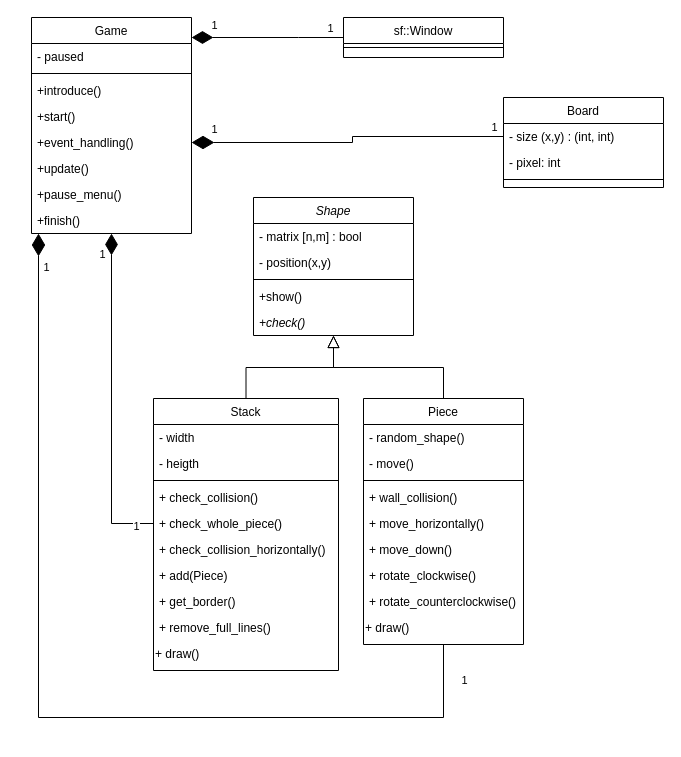
annapanfil/tetris keeps this draw.io diagram as graphics/class_diagram.drawio. Above is the earlier version. Source tidied: cells renumbered, new cells numbered last; positions are measured from the earlier drawing's top-left corner, leaving out a move shared by most shapes. Both pictures are drawn from the tidied source at 100%, with x=0, y=0 at pixel (31, 17).
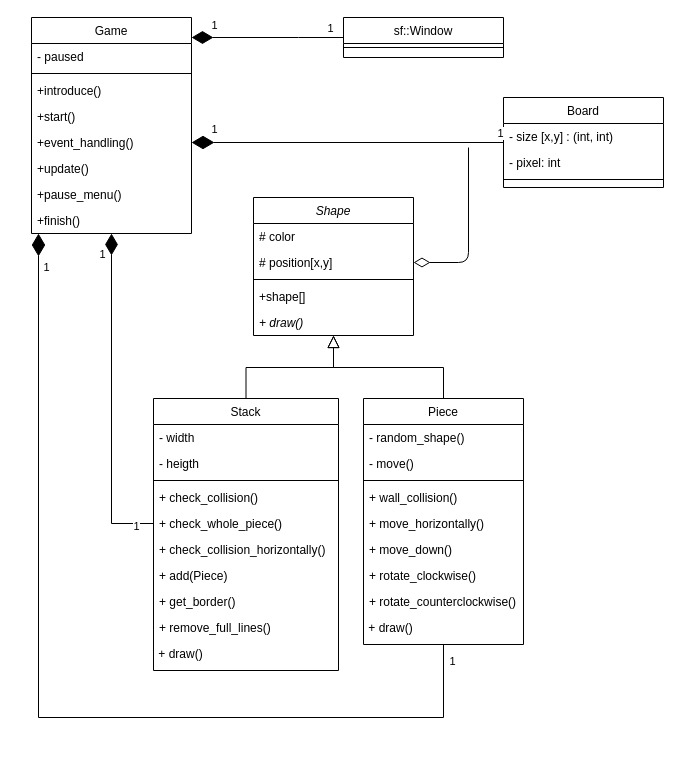
Above is the later version.

Commit message (it also covers changes not shown here):
class diagram

Unchanged cells that the change refers to:
```xml
<mxCell id="2" value="Shape" style="swimlane;fontStyle=2;align=center;verticalAlign=top;horizontal=1;startSize=26;rounded=0;shadow=0;strokeWidth=1;" parent="1" vertex="1">
  <mxGeometry x="222" y="180" width="160" height="138" as="geometry" />
</mxCell>
<mxCell id="8" value="Stack" style="swimlane;fontStyle=0;align=center;verticalAlign=top;horizontal=1;startSize=26;rounded=0;shadow=0;strokeWidth=1;" parent="1" vertex="1">
  <mxGeometry x="122" y="381" width="185" height="272" as="geometry" />
</mxCell>
<mxCell id="20" style="edgeStyle=orthogonalEdgeStyle;rounded=0;jettySize=auto;html=1;exitX=0.5;exitY=1;exitDx=0;exitDy=0;endArrow=diamondThin;endFill=1;endSize=20;" parent="1" edge="1" source="23">
  <mxGeometry relative="1" as="geometry">
    <mxPoint x="7" y="216" as="targetPoint" />
    <Array as="points">
      <mxPoint x="412" y="700" />
      <mxPoint x="7" y="700" />
    </Array>
  </mxGeometry>
</mxCell>
<mxCell id="23" value="Piece" style="swimlane;fontStyle=0;align=center;verticalAlign=top;horizontal=1;startSize=26;rounded=0;shadow=0;strokeWidth=1;" parent="1" vertex="1">
  <mxGeometry x="332" y="381" width="160" height="246" as="geometry" />
</mxCell>
<mxCell id="39" value="+event_handling()" style="text;align=left;verticalAlign=top;spacingLeft=4;spacingRight=4;overflow=hidden;points=[[0,0.5],[1,0.5]];portConstraint=eastwest;" parent="34" vertex="1">
  <mxGeometry y="112" width="160" height="26" as="geometry" />
</mxCell>
<mxCell id="43" value="Board" style="swimlane;fontStyle=0;align=center;verticalAlign=top;horizontal=1;startSize=26;rounded=0;shadow=0;strokeWidth=1;" parent="1" vertex="1">
  <mxGeometry x="472" y="80" width="160" height="90" as="geometry" />
</mxCell>
```

Diff of the diagram source:
```diff
@@
-    <mxCell id="3" value="- matrix [n,m] : bool" style="text;align=left;verticalAlign=top;spacingLeft=4;spacingRight=4;overflow=hidden;" parent="2" vertex="1">
+    <mxCell id="3" value="# color" style="text;align=left;verticalAlign=top;spacingLeft=4;spacingRight=4;overflow=hidden;" parent="2" vertex="1">
       <mxGeometry y="26" width="160" height="26" as="geometry" />
     </mxCell>
-    <mxCell id="4" value="- position(x,y) " style="text;align=left;verticalAlign=top;spacingLeft=4;spacingRight=4;overflow=hidden;points=[[0,0.5],[1,0.5]];portConstraint=eastwest;rounded=0;shadow=0;html=0;" parent="2" vertex="1">
+    <mxCell id="4" value="# position[x,y] " style="text;align=left;verticalAlign=top;spacingLeft=4;spacingRight=4;overflow=hidden;points=[[0,0.5],[1,0.5]];portConstraint=eastwest;rounded=0;shadow=0;html=0;" parent="2" vertex="1">
       <mxGeometry y="52" width="160" height="26" as="geometry" />
     </mxCell>
@@
-    <mxCell id="6" value="+show()" style="text;align=left;verticalAlign=top;spacingLeft=4;spacingRight=4;overflow=hidden;" parent="2" vertex="1">
+    <mxCell id="6" value="+shape[]" style="text;align=left;verticalAlign=top;spacingLeft=4;spacingRight=4;overflow=hidden;" parent="2" vertex="1">
       <mxGeometry y="86" width="160" height="26" as="geometry" />
     </mxCell>
-    <mxCell id="7" value="+check()" style="text;align=left;verticalAlign=top;spacingLeft=4;spacingRight=4;overflow=hidden;fontStyle=2;" parent="2" vertex="1">
+    <mxCell id="7" value="+ draw()" style="text;align=left;verticalAlign=top;spacingLeft=4;spacingRight=4;overflow=hidden;fontStyle=2;" parent="2" vertex="1">
       <mxGeometry y="112" width="160" height="26" as="geometry" />
     </mxCell>
@@
-    <mxCell id="18" value="+ draw()" style="text;whiteSpace=wrap;html=1;" parent="8" vertex="1">
+    <mxCell id="18" value="&amp;nbsp;+ draw()" style="text;whiteSpace=wrap;html=1;" parent="8" vertex="1">
       <mxGeometry y="242" width="185" height="30" as="geometry" />
     </mxCell>
@@
     <mxCell id="22" value="1" style="edgeLabel;html=1;align=center;verticalAlign=middle;" parent="20" vertex="1">
       <mxGeometry x="-0.92" y="2" relative="1" as="geometry">
-        <mxPoint x="18" y="-3" as="offset" />
+        <mxPoint x="6" y="-22" as="offset" />
       </mxGeometry>
     </mxCell>
@@
-    <mxCell id="32" value="+ draw()" style="text;whiteSpace=wrap;html=1;" parent="23" vertex="1">
+    <mxCell id="32" value="&amp;nbsp;+ draw()" style="text;whiteSpace=wrap;html=1;" parent="23" vertex="1">
       <mxGeometry y="216" width="160" height="30" as="geometry" />
     </mxCell>
@@
-    <mxCell id="44" value="- size (x,y) : (int, int)" style="text;align=left;verticalAlign=top;spacingLeft=4;spacingRight=4;overflow=hidden;points=[[0,0.5],[1,0.5]];portConstraint=eastwest;" parent="43" vertex="1">
+    <mxCell id="44" value="- size [x,y] : (int, int)" style="text;align=left;verticalAlign=top;spacingLeft=4;spacingRight=4;overflow=hidden;points=[[0,0.5],[1,0.5]];portConstraint=eastwest;" parent="43" vertex="1">
       <mxGeometry y="26" width="160" height="26" as="geometry" />
     </mxCell>
@@
     <mxCell id="55" style="edgeStyle=orthogonalEdgeStyle;rounded=0;jettySize=auto;html=1;exitX=0;exitY=0.5;exitDx=0;exitDy=0;entryX=1;entryY=0.5;entryDx=0;entryDy=0;endArrow=diamondThin;endFill=1;endSize=20;" parent="1" edge="1" source="44" target="39">
-      <mxGeometry relative="1" as="geometry" />
+      <mxGeometry relative="1" as="geometry">
+        <Array as="points">
+          <mxPoint x="472" y="125" />
+        </Array>
+      </mxGeometry>
     </mxCell>
@@
+    <mxCell id="58" style="endArrow=none;html=1;exitX=1;exitY=0.5;exitDx=0;exitDy=0;startArrow=diamondThin;startFill=0;endSize=12;startSize=14;" parent="1" edge="1" source="4">
+      <mxGeometry relative="1" as="geometry">
+        <mxPoint x="437" y="130" as="targetPoint" />
+        <Array as="points">
+          <mxPoint x="437" y="245" />
+        </Array>
+      </mxGeometry>
+    </mxCell>
```
